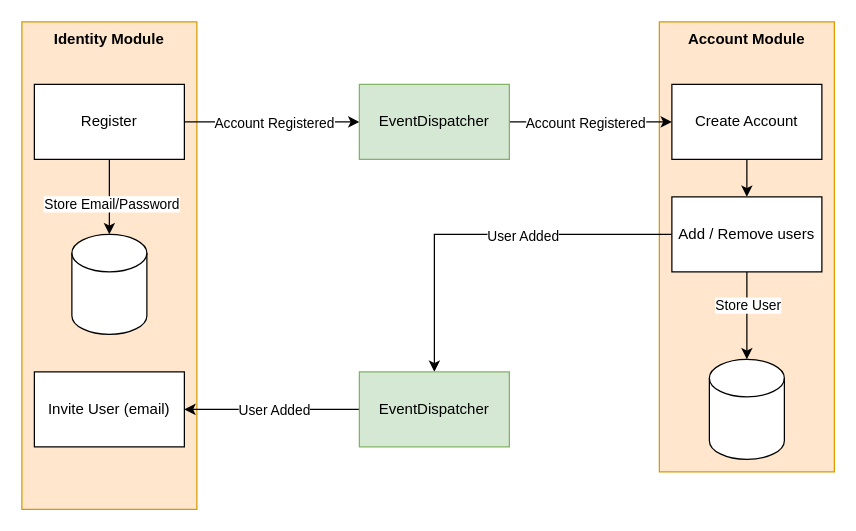
Earlier version of the draw.io diagram SolutionItems/Architecture.drawio (Kalmar99/Tyche). Source tidied: cells renumbered, new cells numbered last; positions are measured from the earlier drawing's top-left corner, leaving out a move shared by most shapes. Both pictures are drawn from the tidied source at 125%, with x=0, y=0 at pixel (21, 21).
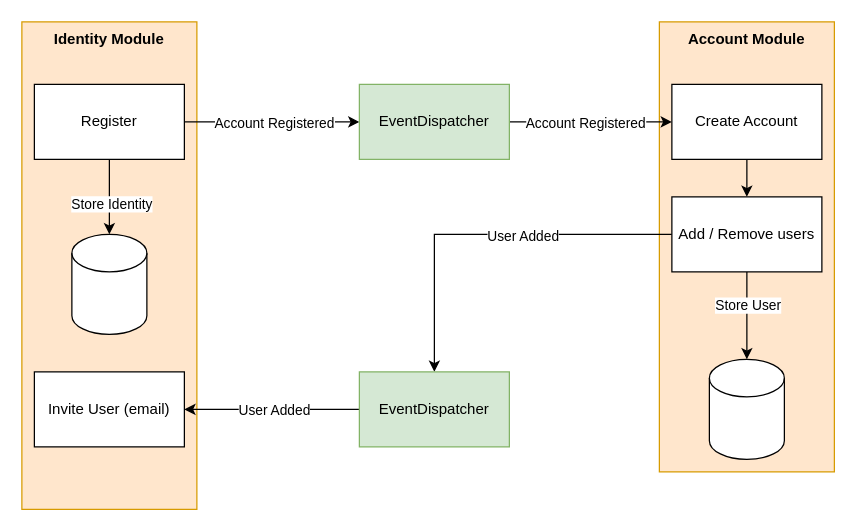
Above is the later version.

Commit message (it also covers changes not shown here):
[patch](#1) update installers & architecture diagram

The change refers to these unchanged cells:
```xml
<mxCell id="11" style="edgeStyle=orthogonalEdgeStyle;rounded=0;jettySize=auto;html=1;" parent="1" edge="1" source="15" target="16">
  <mxGeometry relative="1" as="geometry" />
</mxCell>
```

Diff of the diagram source:
```diff
@@
-    <mxCell id="12" value="Store Email/Password" style="edgeLabel;html=1;align=center;verticalAlign=middle;" parent="11" vertex="1">
+    <mxCell id="12" value="Store Identity" style="edgeLabel;html=1;align=center;verticalAlign=middle;" parent="11" vertex="1">
       <mxGeometry x="0.17" y="1" relative="1" as="geometry" />
     </mxCell>
```
